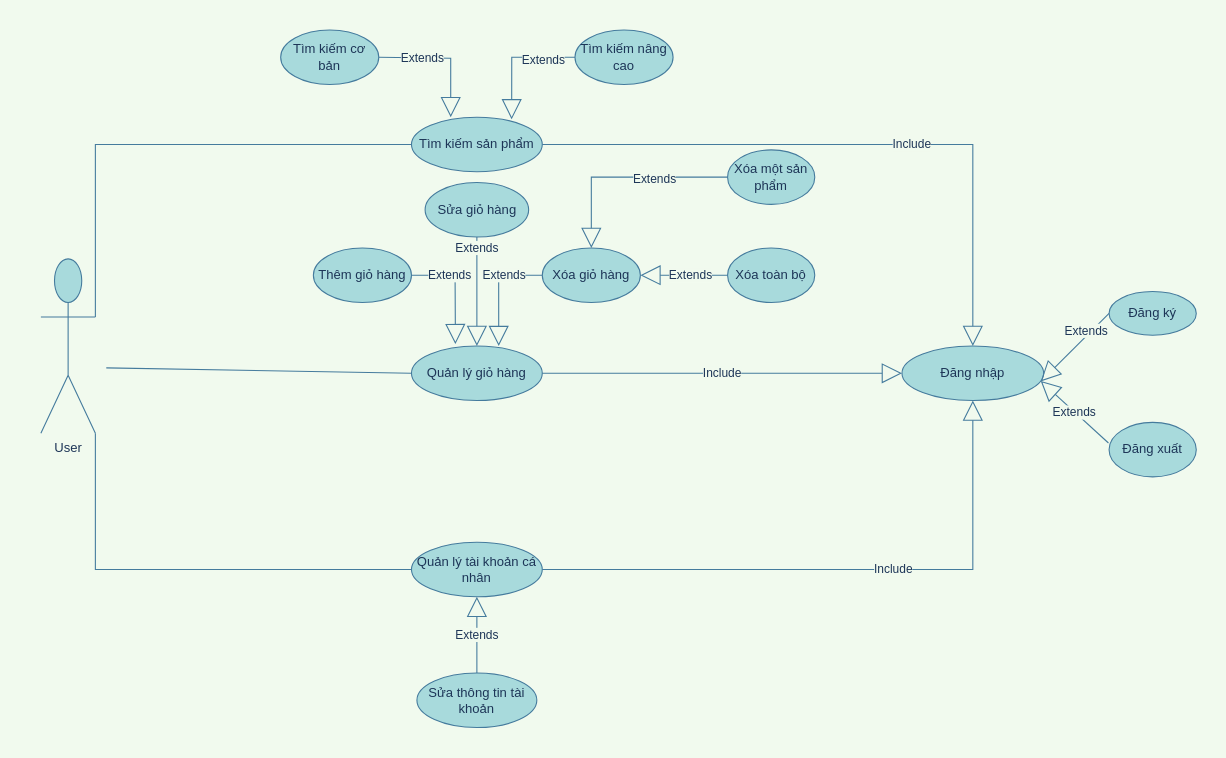
TOB0451/kiemthu keeps this draw.io diagram as page "User" (2 of 2) of Biểu đồ không có tiêu đề.drawio. Above is the earlier version. Source tidied: cells renumbered, new cells numbered last; positions are measured from the earlier drawing's top-left corner, leaving out a move shared by most shapes. Both pictures are drawn from the tidied source at 109%, with x=0, y=0 at pixel (40, 29).
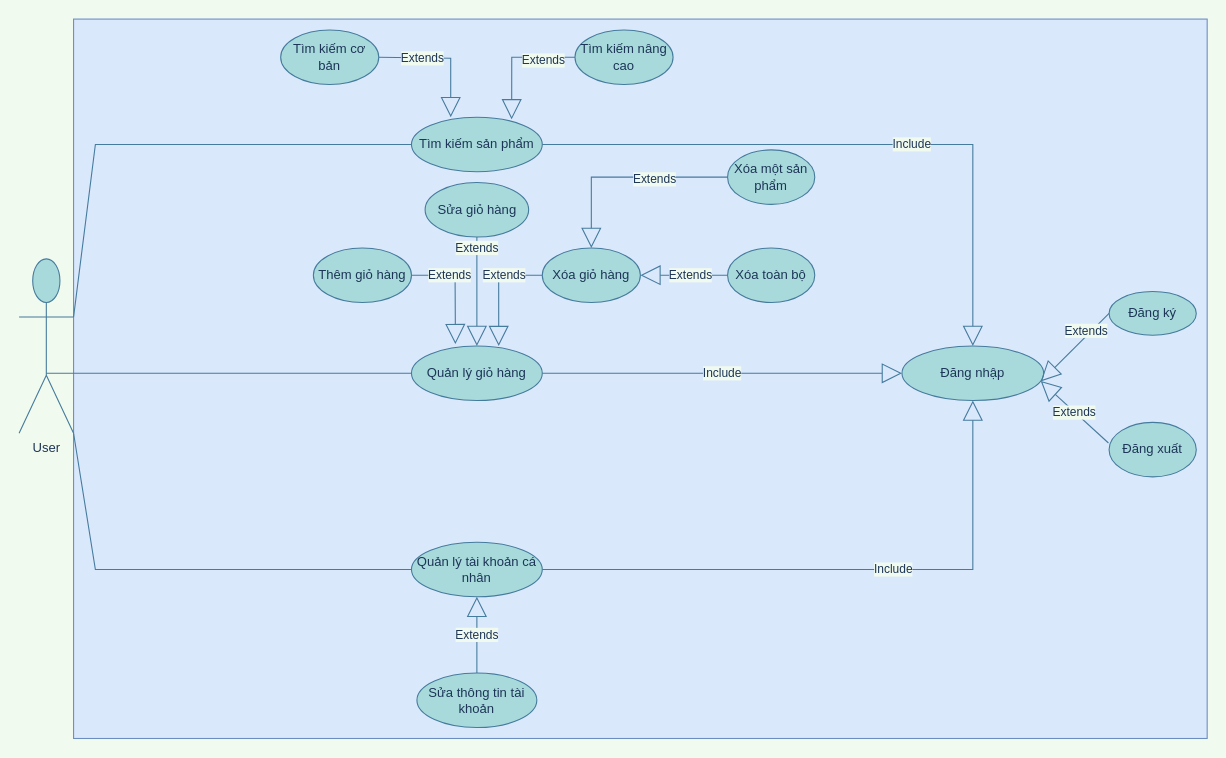
The same page after the edit.

The change refers to these unchanged cells:
```xml
<mxCell id="9" value="Quản lý giỏ hàng" style="ellipse;whiteSpace=wrap;html=1;fillColor=#A8DADC;strokeColor=#457B9D;fontColor=#1D3557;" parent="1" vertex="1">
  <mxGeometry x="340" y="290" width="120" height="50" as="geometry" />
</mxCell>
```

The edit, as a diff of the source:
```diff
@@
+    <mxCell id="33" style="rounded=0;whiteSpace=wrap;html=1;fillColor=#dae8fc;strokeColor=#6c8ebf;" parent="1" vertex="1">
+      <mxGeometry x="30" y="-10" width="1040" height="660" as="geometry" />
+    </mxCell>
     <mxCell id="2" value="User" style="shape=umlActor;verticalLabelPosition=bottom;verticalAlign=top;html=1;outlineConnect=0;fillColor=#A8DADC;strokeColor=#457B9D;fontColor=#1D3557;" parent="1" vertex="1">
-      <mxGeometry y="210" width="50" height="160" as="geometry" />
+      <mxGeometry x="-20" y="210" width="50" height="160" as="geometry" />
     </mxCell>
@@
     <mxCell id="16" style="endArrow=none;html=1;rounded=0;entryX=0;entryY=0.5;entryDx=0;entryDy=0;labelBackgroundColor=#F1FAEE;strokeColor=#457B9D;fontColor=#1D3557;" parent="1" edge="1" target="9">
       <mxGeometry relative="1" as="geometry">
-        <mxPoint x="60" y="310" as="sourcePoint" />
+        <mxPoint x="5" y="315" as="sourcePoint" />
       </mxGeometry>
     </mxCell>
```
